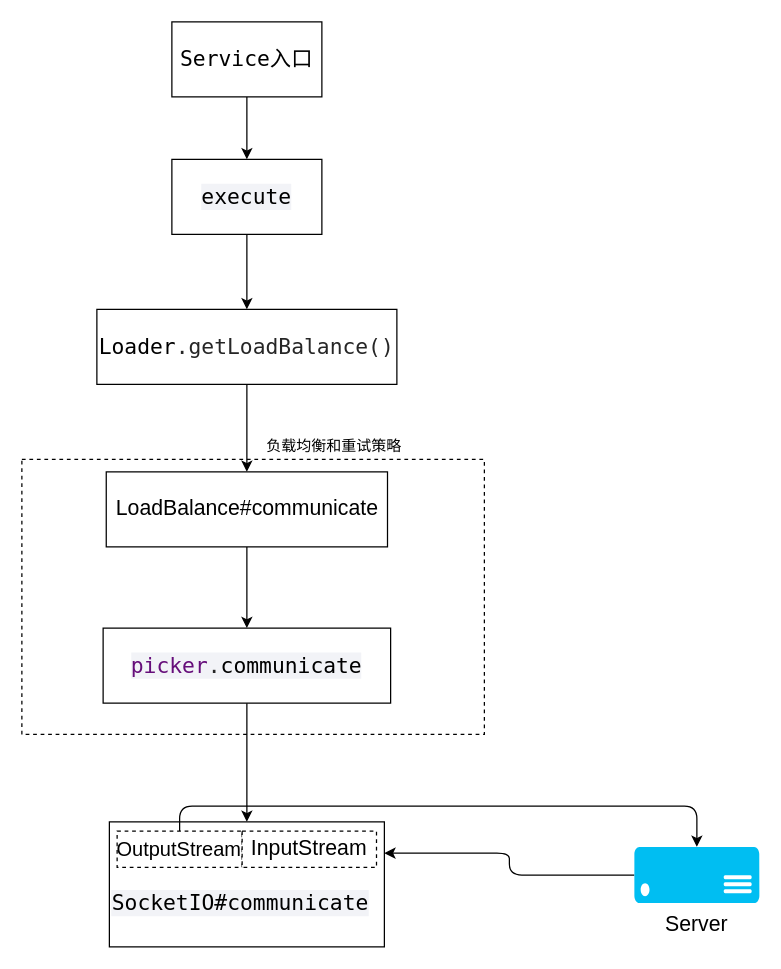
Above: 解密流程.drawio in small-steps/images (draw.io), before the change. Source tidied: cells renumbered, new cells numbered last; positions are measured from the earlier drawing's top-left corner, leaving out a move shared by most shapes. Both pictures are drawn from the tidied source at 125%, with x=0, y=0 at pixel (21, 21).
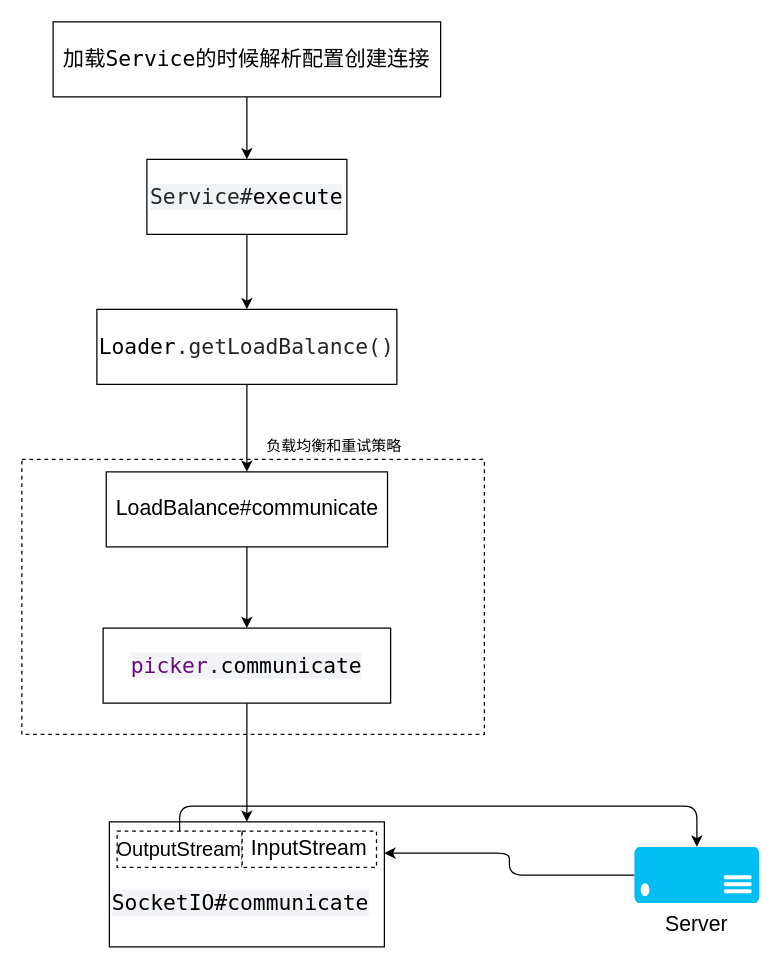
The same page after the edit.

Commit message (it also covers changes not shown here):
更新解密流程.drawio

The edit, as a diff of the source:
```diff
@@
-    <mxCell id="4" value="&lt;pre style=&quot;color: rgb(255, 255, 255); font-family: &amp;quot;dejavu sans mono&amp;quot;, monospace; font-size: 12.8pt;&quot;&gt;&lt;pre style=&quot;color: rgb(38, 38, 38); font-family: &amp;quot;dejavu sans mono&amp;quot;, monospace; font-size: 12.8pt;&quot;&gt;&lt;span style=&quot;color: #000000&quot;&gt;Service入口&lt;/span&gt;&lt;/pre&gt;&lt;/pre&gt;" style="rounded=0;whiteSpace=wrap;html=1;labelBackgroundColor=none;" parent="1" vertex="1">
-      <mxGeometry x="120" width="120" height="60" as="geometry" />
+    <mxCell id="4" value="&lt;pre style=&quot;color: rgb(255 , 255 , 255) ; font-family: &amp;#34;dejavu sans mono&amp;#34; , monospace ; font-size: 12.8pt&quot;&gt;&lt;pre style=&quot;color: rgb(38 , 38 , 38) ; font-family: &amp;#34;dejavu sans mono&amp;#34; , monospace ; font-size: 12.8pt&quot;&gt;&lt;span style=&quot;color: #000000&quot;&gt;加载Service的时候解析配置创建连接&lt;/span&gt;&lt;/pre&gt;&lt;/pre&gt;" style="rounded=0;whiteSpace=wrap;html=1;labelBackgroundColor=none;" parent="1" vertex="1">
+      <mxGeometry x="25" width="310" height="60" as="geometry" />
     </mxCell>
@@
-    <mxCell id="6" value="&lt;pre style=&quot;background-color: #f2f3f7 ; color: #262626 ; font-family: &amp;#34;dejavu sans mono&amp;#34; , monospace ; font-size: 12.8pt&quot;&gt;&lt;span style=&quot;color: #000000&quot;&gt;execute&lt;/span&gt;&lt;/pre&gt;" style="rounded=0;whiteSpace=wrap;html=1;" parent="1" vertex="1">
-      <mxGeometry x="120" y="110" width="120" height="60" as="geometry" />
+    <mxCell id="6" value="&lt;pre style=&quot;background-color: #f2f3f7 ; color: #262626 ; font-family: &amp;#34;dejavu sans mono&amp;#34; , monospace ; font-size: 12.8pt&quot;&gt;Service#&lt;span style=&quot;color: #000000&quot;&gt;execute&lt;/span&gt;&lt;/pre&gt;" style="rounded=0;whiteSpace=wrap;html=1;" parent="1" vertex="1">
+      <mxGeometry x="100" y="110" width="160" height="60" as="geometry" />
     </mxCell>
```
